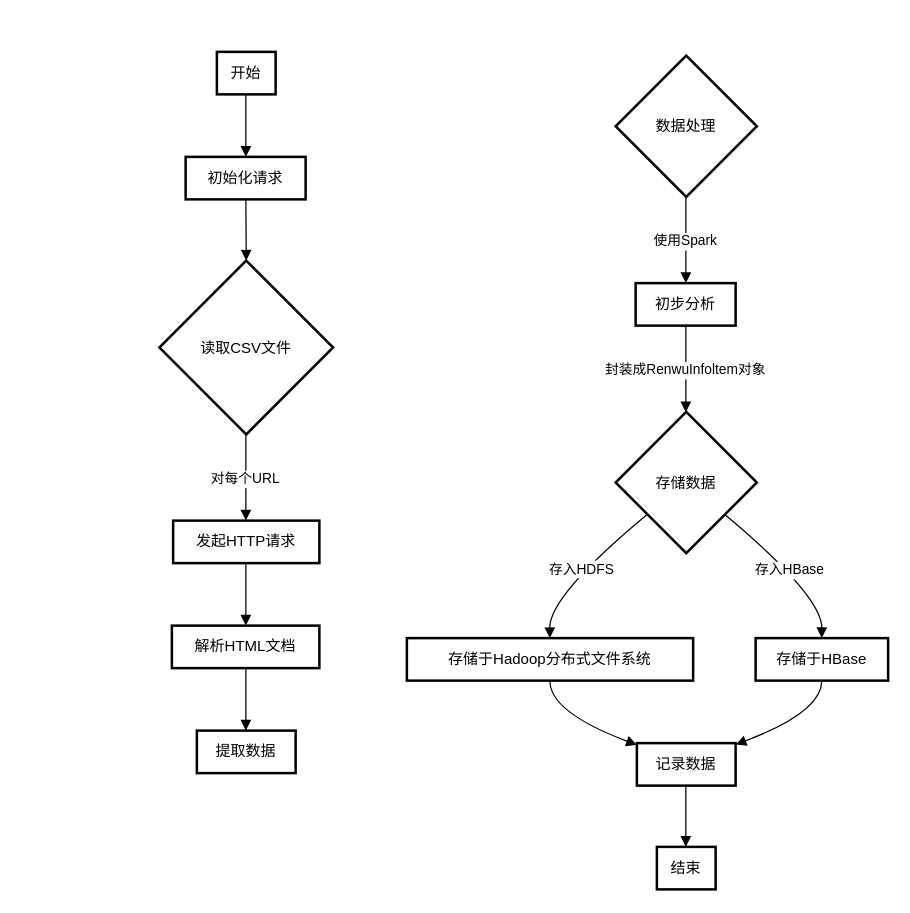
he1771129657/-python keeps this draw.io diagram as page "第 1 页" (1 of 2) of 未命名绘图.drawio. Above is the earlier version. Source tidied: cells renumbered, new cells numbered last; positions are measured from the earlier drawing's top-left corner, leaving out a move shared by most shapes. Both pictures are drawn from the tidied source at 125%, with x=0, y=0 at pixel (159, 51).
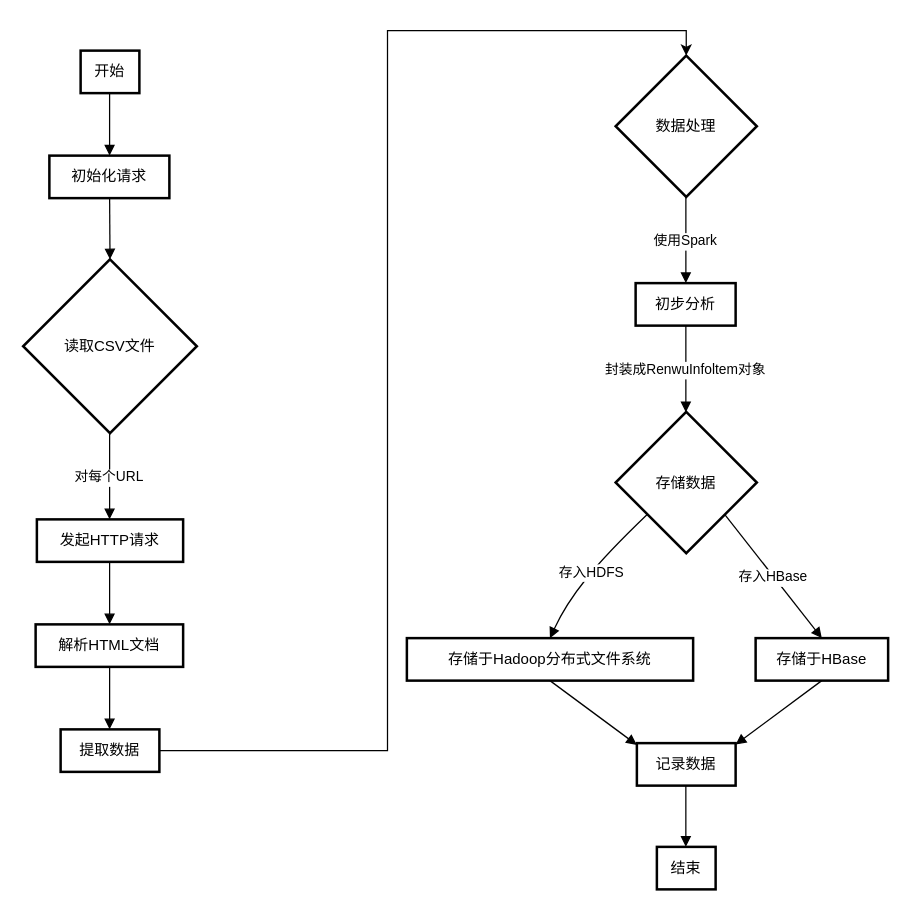
After the change.

Commit message (it also covers changes not shown here):
更新未命名绘图.drawio

The change refers to these unchanged cells:
```xml
<mxCell id="13" value="数据处理" style="rhombus;strokeWidth=2;whiteSpace=wrap;" parent="1" vertex="1">
  <mxGeometry x="365" y="3" width="113" height="113" as="geometry" />
</mxCell>
<mxCell id="15" value="存储数据" style="rhombus;strokeWidth=2;whiteSpace=wrap;" parent="1" vertex="1">
  <mxGeometry x="365" y="288" width="113" height="113" as="geometry" />
</mxCell>
<mxCell id="16" value="存储于Hadoop分布式文件系统" style="whiteSpace=wrap;strokeWidth=2;" parent="1" vertex="1">
  <mxGeometry x="198" y="469" width="229" height="34" as="geometry" />
</mxCell>
<mxCell id="17" value="存储于HBase" style="whiteSpace=wrap;strokeWidth=2;" parent="1" vertex="1">
  <mxGeometry x="477" y="469" width="106" height="34" as="geometry" />
</mxCell>
<mxCell id="18" value="记录数据" style="whiteSpace=wrap;strokeWidth=2;" parent="1" vertex="1">
  <mxGeometry x="382" y="553" width="79" height="34" as="geometry" />
</mxCell>
```

Change to the diagram source:
```diff
@@
     <mxCell id="2" value="开始" style="whiteSpace=wrap;strokeWidth=2;" parent="1" vertex="1">
-      <mxGeometry x="46" width="47" height="34" as="geometry" />
+      <mxGeometry x="-63" y="-1" width="47" height="34" as="geometry" />
     </mxCell>
     <mxCell id="3" value="初始化请求" style="whiteSpace=wrap;strokeWidth=2;" parent="1" vertex="1">
-      <mxGeometry x="21" y="84" width="96" height="34" as="geometry" />
+      <mxGeometry x="-88" y="83" width="96" height="34" as="geometry" />
     </mxCell>
     <mxCell id="4" value="读取CSV文件" style="rhombus;strokeWidth=2;whiteSpace=wrap;" parent="1" vertex="1">
-      <mxGeometry y="167" width="139" height="139" as="geometry" />
+      <mxGeometry x="-109" y="166" width="139" height="139" as="geometry" />
     </mxCell>
     <mxCell id="5" value="发起HTTP请求" style="whiteSpace=wrap;strokeWidth=2;" parent="1" vertex="1">
-      <mxGeometry x="11" y="375" width="117" height="34" as="geometry" />
+      <mxGeometry x="-98" y="374" width="117" height="34" as="geometry" />
     </mxCell>
     <mxCell id="6" value="解析HTML文档" style="whiteSpace=wrap;strokeWidth=2;" parent="1" vertex="1">
-      <mxGeometry x="10" y="459" width="118" height="34" as="geometry" />
+      <mxGeometry x="-99" y="458" width="118" height="34" as="geometry" />
     </mxCell>
+    <mxCell id="27" style="edgeStyle=orthogonalEdgeStyle;rounded=0;jettySize=auto;html=1;entryX=0.5;entryY=0;entryDx=0;entryDy=0;" parent="1" edge="1" source="7" target="13">
+      <mxGeometry relative="1" as="geometry" />
+    </mxCell>
     <mxCell id="7" value="提取数据" style="whiteSpace=wrap;strokeWidth=2;" parent="1" vertex="1">
-      <mxGeometry x="30" y="543" width="79" height="34" as="geometry" />
+      <mxGeometry x="-79" y="542" width="79" height="34" as="geometry" />
     </mxCell>
@@
     <mxCell id="22" value="存入HDFS" style="curved=1;startArrow=none;endArrow=block;exitX=-0.0012675428812482716;exitY=0.9111941755068235;entryX=0.49972707423580787;entryY=0.000001121969784007353;rounded=0;" parent="1" edge="1" source="15" target="16">
       <mxGeometry relative="1" as="geometry">
         <Array as="points">
-          <mxPoint x="312" y="435" />
+          <mxPoint x="358" y="401" />
+          <mxPoint x="325" y="442" />
         </Array>
       </mxGeometry>
     </mxCell>
     <mxCell id="23" value="存入HBase" style="curved=1;startArrow=none;endArrow=block;exitX=0.9957826496225543;exitY=0.9111941755068235;entryX=0.499459500582713;entryY=0.000001121969784007353;rounded=0;" parent="1" edge="1" source="15" target="17">
-      <mxGeometry relative="1" as="geometry">
-        <Array as="points">
-          <mxPoint x="530" y="435" />
-        </Array>
-      </mxGeometry>
+      <mxGeometry relative="1" as="geometry" />
     </mxCell>
     <mxCell id="24" style="curved=1;startArrow=none;endArrow=block;exitX=0.49972707423580787;exitY=0.9901972378001493;entryX=-0.0039227401153950755;entryY=0.038404928434087035;rounded=0;" parent="1" edge="1" source="16" target="18">
-      <mxGeometry relative="1" as="geometry">
-        <Array as="points">
-          <mxPoint x="312" y="528" />
-        </Array>
-      </mxGeometry>
+      <mxGeometry relative="1" as="geometry" />
     </mxCell>
     <mxCell id="25" style="curved=1;startArrow=none;endArrow=block;exitX=0.499459500582713;exitY=0.9901972378001493;entryX=0.9960772598846049;entryY=0.038404928434087035;rounded=0;" parent="1" edge="1" source="17" target="18">
-      <mxGeometry relative="1" as="geometry">
-        <Array as="points">
-          <mxPoint x="530" y="528" />
-        </Array>
-      </mxGeometry>
+      <mxGeometry relative="1" as="geometry" />
     </mxCell>
```
